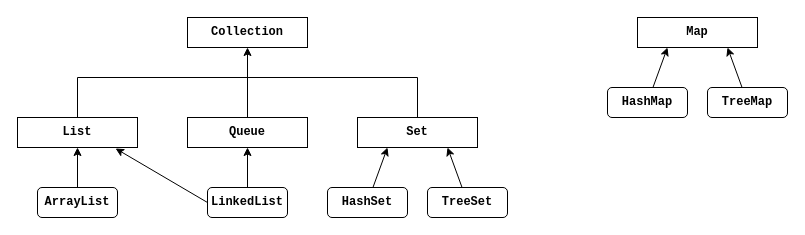
rochards/java11-estudos keeps this draw.io diagram as images/fig-14.1-collection-interfaces.drawio. Above is the earlier version. Source tidied: cells renumbered, new cells numbered last; positions are measured from the earlier drawing's top-left corner, leaving out a move shared by most shapes. Both pictures are drawn from the tidied source at 100%, with x=0, y=0 at pixel (17, 17).
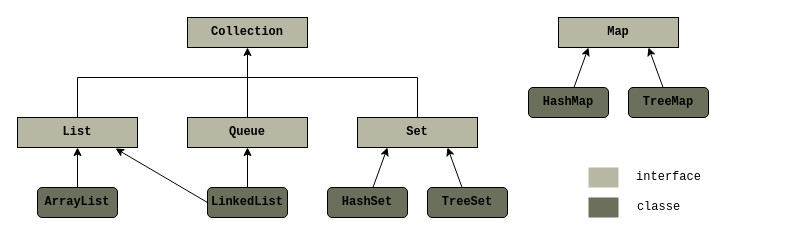
Above is the later version.

Commit message (it also covers changes not shown here):
Atualiza imagens do cap 14

What changed in the source:
```diff
@@
-    <mxCell id="2" value="Collection" style="rounded=0;whiteSpace=wrap;html=1;fontFamily=Courier New;fontStyle=1;" parent="1" vertex="1">
+    <mxCell id="2" value="Collection" style="rounded=0;whiteSpace=wrap;html=1;fontFamily=Courier New;fontStyle=1;fillColor=#b7b7a4;" parent="1" vertex="1">
       <mxGeometry x="170" width="120" height="30" as="geometry" />
     </mxCell>
@@
-    <mxCell id="4" value="List" style="rounded=0;whiteSpace=wrap;html=1;fontFamily=Courier New;fontStyle=1;" parent="1" vertex="1">
+    <mxCell id="4" value="List" style="rounded=0;whiteSpace=wrap;html=1;fontFamily=Courier New;fontStyle=1;fillColor=#B7B7A4;" parent="1" vertex="1">
       <mxGeometry y="100" width="120" height="30" as="geometry" />
     </mxCell>
@@
-    <mxCell id="6" value="Queue" style="rounded=0;whiteSpace=wrap;html=1;fontFamily=Courier New;fontStyle=1;" parent="1" vertex="1">
+    <mxCell id="6" value="Queue" style="rounded=0;whiteSpace=wrap;html=1;fontFamily=Courier New;fontStyle=1;fillColor=#B7B7A4;" parent="1" vertex="1">
       <mxGeometry x="170" y="100" width="120" height="30" as="geometry" />
     </mxCell>
@@
-    <mxCell id="8" value="Set" style="rounded=0;whiteSpace=wrap;html=1;fontFamily=Courier New;fontStyle=1;" parent="1" vertex="1">
+    <mxCell id="8" value="Set" style="rounded=0;whiteSpace=wrap;html=1;fontFamily=Courier New;fontStyle=1;fillColor=#B7B7A4;" parent="1" vertex="1">
       <mxGeometry x="340" y="100" width="120" height="30" as="geometry" />
     </mxCell>
@@
-    <mxCell id="11" value="LinkedList" style="rounded=1;whiteSpace=wrap;html=1;fontFamily=Courier New;fontStyle=1;perimeterSpacing=0;" parent="1" vertex="1">
+    <mxCell id="11" value="LinkedList" style="rounded=1;whiteSpace=wrap;html=1;fontFamily=Courier New;fontStyle=1;perimeterSpacing=0;fillColor=#6B705C;glass=0;" parent="1" vertex="1">
       <mxGeometry x="190" y="170" width="80" height="30" as="geometry" />
     </mxCell>
@@
-    <mxCell id="13" value="ArrayList" style="rounded=1;whiteSpace=wrap;html=1;fontFamily=Courier New;fontStyle=1;perimeterSpacing=0;" parent="1" vertex="1">
+    <mxCell id="13" value="ArrayList" style="rounded=1;whiteSpace=wrap;html=1;fontFamily=Courier New;fontStyle=1;perimeterSpacing=0;fillColor=#6b705c;" parent="1" vertex="1">
       <mxGeometry x="20" y="170" width="80" height="30" as="geometry" />
     </mxCell>
@@
-    <mxCell id="15" value="HashSet" style="rounded=1;whiteSpace=wrap;html=1;fontFamily=Courier New;fontStyle=1;perimeterSpacing=0;" parent="1" vertex="1">
+    <mxCell id="15" value="HashSet" style="rounded=1;whiteSpace=wrap;html=1;fontFamily=Courier New;fontStyle=1;perimeterSpacing=0;fillColor=#6B705C;" parent="1" vertex="1">
       <mxGeometry x="310" y="170" width="80" height="30" as="geometry" />
     </mxCell>
@@
-    <mxCell id="17" value="TreeSet" style="rounded=1;whiteSpace=wrap;html=1;fontFamily=Courier New;fontStyle=1;perimeterSpacing=0;" parent="1" vertex="1">
+    <mxCell id="17" value="TreeSet" style="rounded=1;whiteSpace=wrap;html=1;fontFamily=Courier New;fontStyle=1;perimeterSpacing=0;gradientColor=none;fillColor=#6B705C;" parent="1" vertex="1">
       <mxGeometry x="410" y="170" width="80" height="30" as="geometry" />
     </mxCell>
-    <mxCell id="18" value="Map" style="rounded=0;whiteSpace=wrap;html=1;fontFamily=Courier New;fontStyle=1;" parent="1" vertex="1">
-      <mxGeometry x="620" width="120" height="30" as="geometry" />
+    <mxCell id="18" value="Map" style="rounded=0;whiteSpace=wrap;html=1;fontFamily=Courier New;fontStyle=1;fillColor=#B7B7A4;" parent="1" vertex="1">
+      <mxGeometry x="541" width="120" height="30" as="geometry" />
     </mxCell>
@@
-    <mxCell id="20" value="HashMap" style="rounded=1;whiteSpace=wrap;html=1;fontFamily=Courier New;fontStyle=1;perimeterSpacing=0;" parent="1" vertex="1">
-      <mxGeometry x="590" y="70" width="80" height="30" as="geometry" />
+    <mxCell id="20" value="HashMap" style="rounded=1;whiteSpace=wrap;html=1;fontFamily=Courier New;fontStyle=1;perimeterSpacing=0;fillColor=#6B705C;" parent="1" vertex="1">
+      <mxGeometry x="511" y="70" width="80" height="30" as="geometry" />
     </mxCell>
@@
-    <mxCell id="22" value="TreeMap" style="rounded=1;whiteSpace=wrap;html=1;fontFamily=Courier New;fontStyle=1;perimeterSpacing=0;" parent="1" vertex="1">
-      <mxGeometry x="690" y="70" width="80" height="30" as="geometry" />
+    <mxCell id="22" value="TreeMap" style="rounded=1;whiteSpace=wrap;html=1;fontFamily=Courier New;fontStyle=1;perimeterSpacing=0;fillColor=#6B705C;" parent="1" vertex="1">
+      <mxGeometry x="611" y="70" width="80" height="30" as="geometry" />
     </mxCell>
+    <mxCell id="23" style="rounded=0;whiteSpace=wrap;html=1;fontFamily=Courier New;fontStyle=1;perimeterSpacing=0;gradientColor=none;fillColor=#B7B7A4;strokeColor=none;" parent="1" vertex="1">
+      <mxGeometry x="571" y="150" width="30" height="20" as="geometry" />
+    </mxCell>
+    <mxCell id="24" value="interface" style="text;html=1;align=center;verticalAlign=middle;strokeColor=none;fillColor=none;fontFamily=Courier New;" parent="1" vertex="1">
+      <mxGeometry x="611" y="150" width="80" height="20" as="geometry" />
+    </mxCell>
+    <mxCell id="25" style="rounded=0;whiteSpace=wrap;html=1;fontFamily=Courier New;fontStyle=1;perimeterSpacing=0;gradientColor=none;fillColor=#6B705C;strokeColor=none;" parent="1" vertex="1">
+      <mxGeometry x="571" y="180" width="30" height="20" as="geometry" />
+    </mxCell>
+    <mxCell id="26" value="classe" style="text;html=1;align=center;verticalAlign=middle;strokeColor=none;fillColor=none;fontFamily=Courier New;" parent="1" vertex="1">
+      <mxGeometry x="611" y="180" width="60" height="20" as="geometry" />
+    </mxCell>
```
